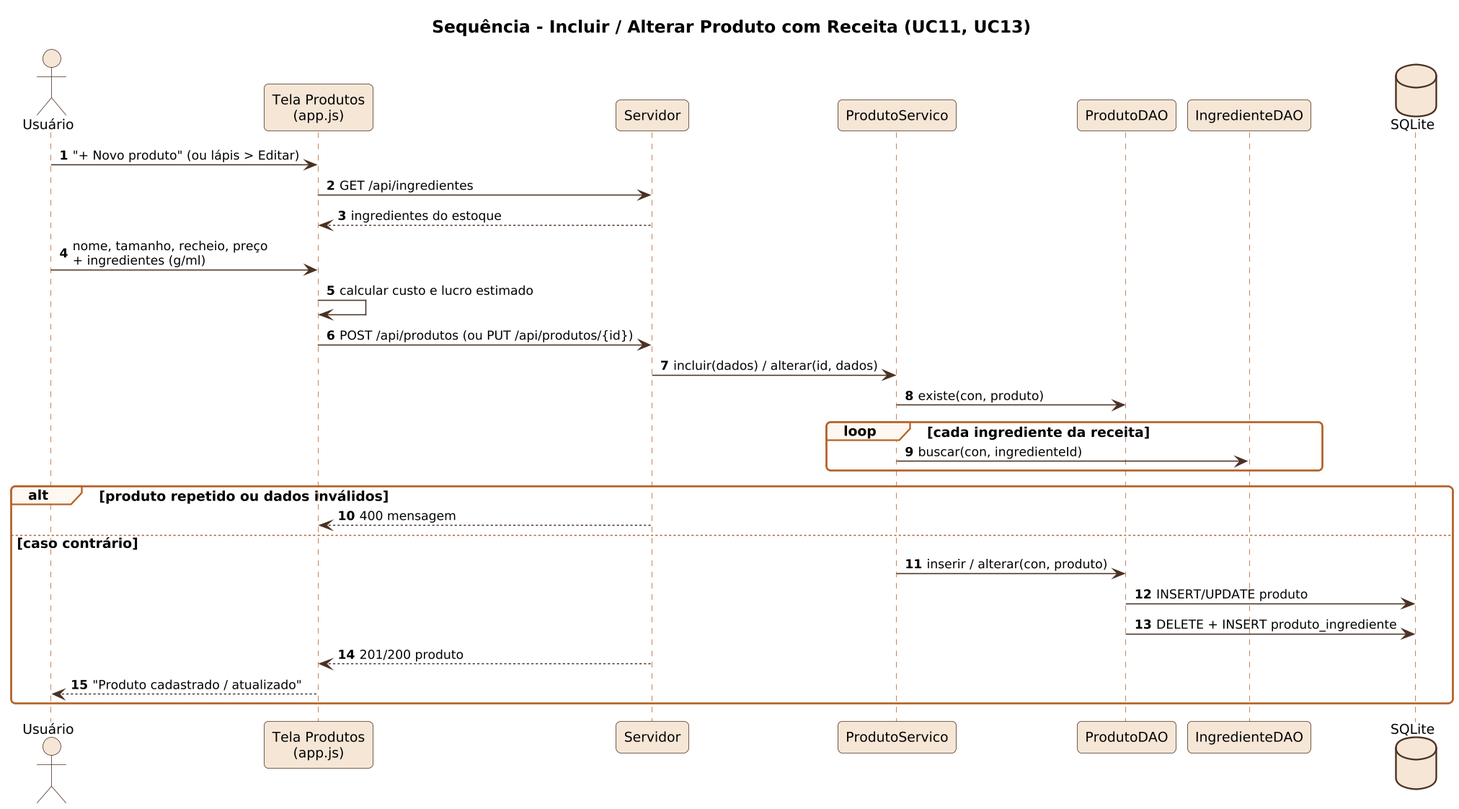
Hallff/ConfeitaSys keeps this PlantUML diagram as docs/diagramas/png/S08_seq_incluir_produto.png. Above is the earlier version.
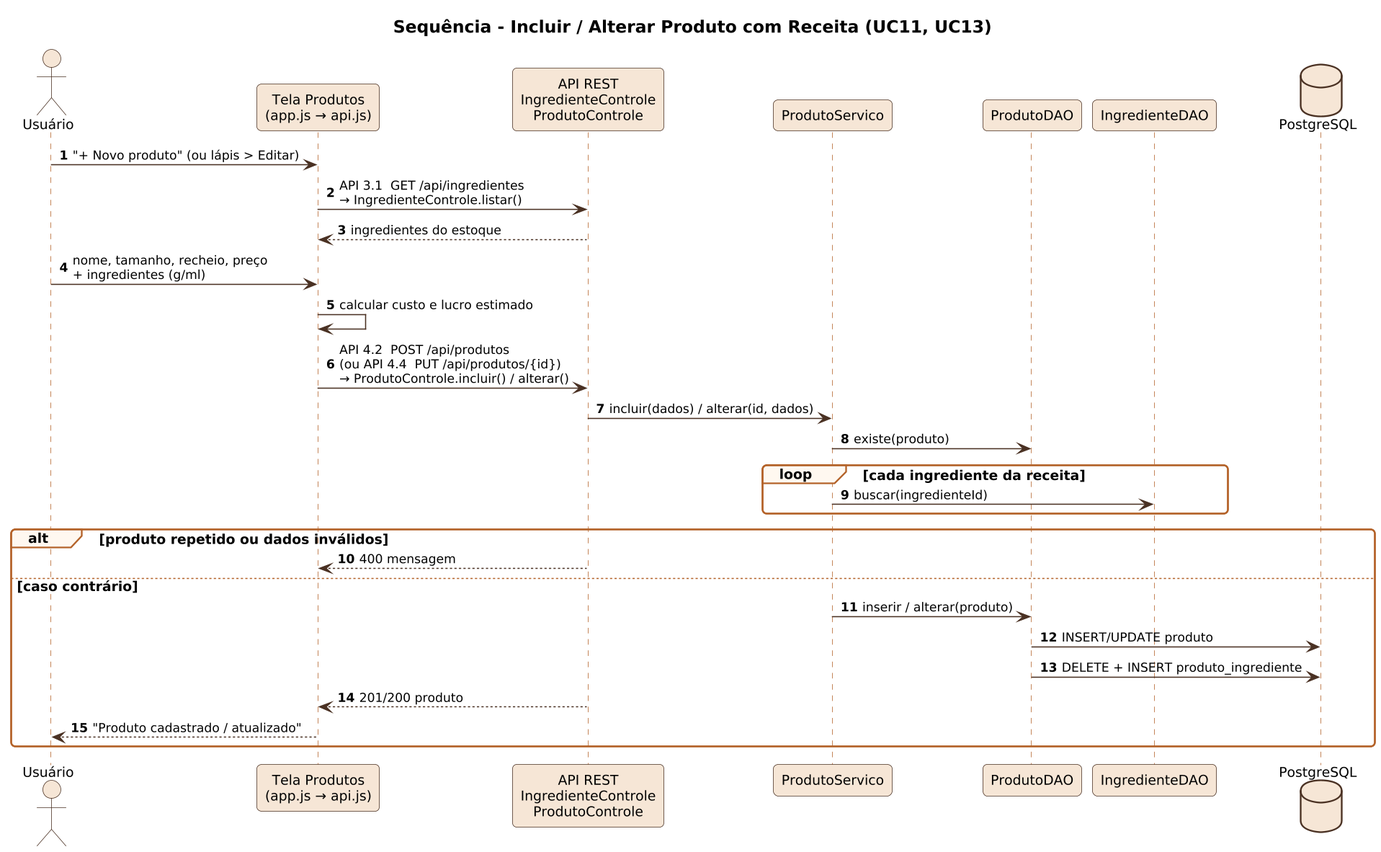
After the commit.

The edit, as a diff of the source:
```diff
@@ -2,27 +2,27 @@
 !include _seq.iuml
 title Sequência - Incluir / Alterar Produto com Receita (UC11, UC13)
 actor Usuário as U
-participant "Tela Produtos\n(app.js)" as T
-participant Servidor as S
+participant "Tela Produtos\n(app.js → api.js)" as T
+participant "API REST\nIngredienteControle\nProdutoControle" as S
 participant ProdutoServico as PS
 participant ProdutoDAO as PD
 participant IngredienteDAO as ID
-database SQLite as DB
+database "PostgreSQL" as DB
 U -> T : "+ Novo produto" (ou lápis > Editar)
-T -> S : GET /api/ingredientes
+T -> S : API 3.1  GET /api/ingredientes\n→ IngredienteControle.listar()
 S --> T : ingredientes do estoque
 U -> T : nome, tamanho, recheio, preço\n+ ingredientes (g/ml)
 T -> T : calcular custo e lucro estimado
-T -> S : POST /api/produtos (ou PUT /api/produtos/{id})
+T -> S : API 4.2  POST /api/produtos\n(ou API 4.4  PUT /api/produtos/{id})\n→ ProdutoControle.incluir() / alterar()
 S -> PS : incluir(dados) / alterar(id, dados)
-PS -> PD : existe(con, produto)
+PS -> PD : existe(produto)
 loop cada ingrediente da receita
-  PS -> ID : buscar(con, ingredienteId)
+  PS -> ID : buscar(ingredienteId)
 end
 alt produto repetido ou dados inválidos
   S --> T : 400 mensagem
 else caso contrário
-  PS -> PD : inserir / alterar(con, produto)
+  PS -> PD : inserir / alterar(produto)
   PD -> DB : INSERT/UPDATE produto
   PD -> DB : DELETE + INSERT produto_ingrediente
   S --> T : 201/200 produto
```
